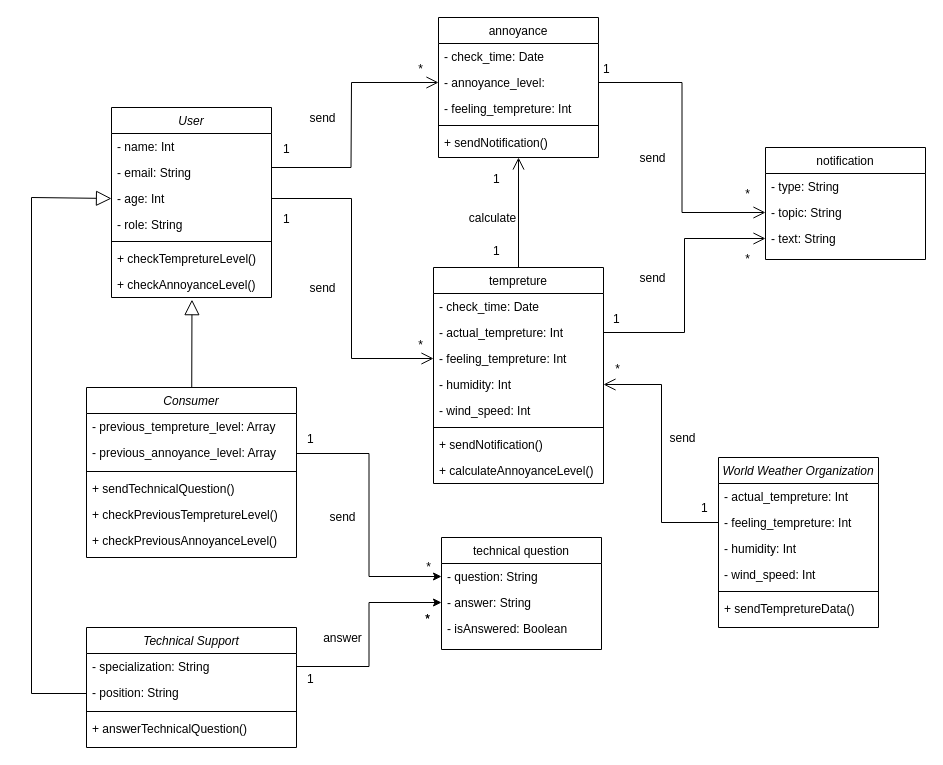
The draw.io diagram 2-SoftwareDesign/2.5-UMLProgramClasses/UMLProgramClasses.drawio in oleksandrblazhko/ai-215-korchakovskij, before the edit. Source tidied: cells renumbered, new cells numbered last; positions are measured from the earlier drawing's top-left corner, leaving out a move shared by most shapes. Both pictures are drawn from the tidied source at 100%, with x=0, y=0 at pixel (31, 17).
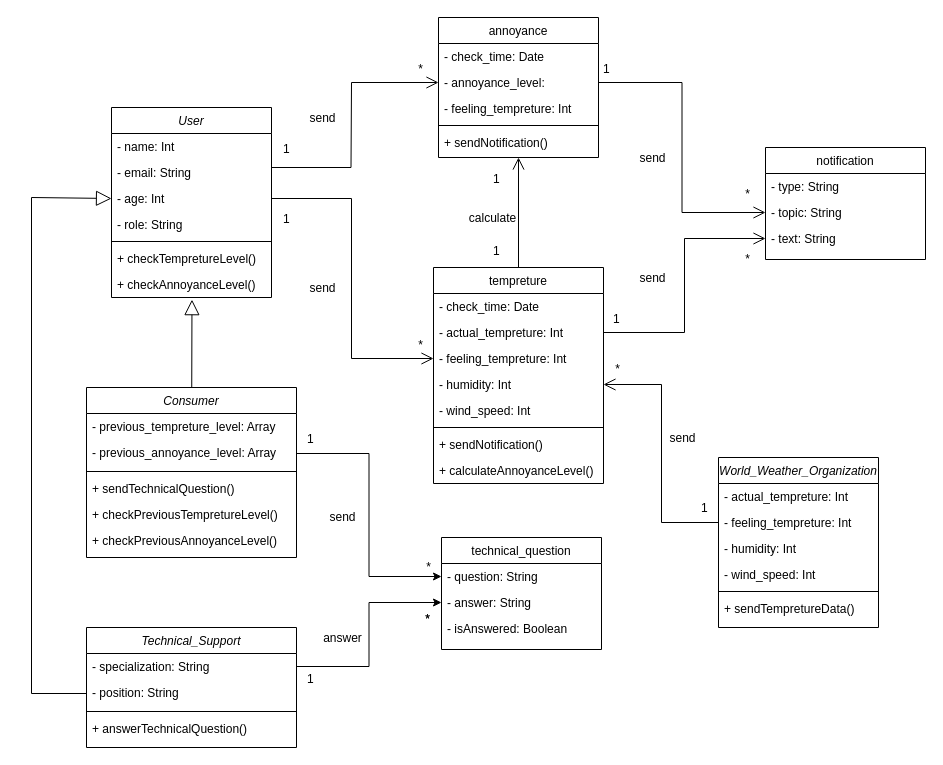
After the change.

Change to the diagram source:
```diff
@@
-    <mxCell id="28" value="Technical Support" style="swimlane;fontStyle=2;align=center;verticalAlign=top;horizontal=1;startSize=26;rounded=0;shadow=0;strokeWidth=1;" parent="1" vertex="1">
+    <mxCell id="28" value="Technical_Support" style="swimlane;fontStyle=2;align=center;verticalAlign=top;horizontal=1;startSize=26;rounded=0;shadow=0;strokeWidth=1;" parent="1" vertex="1">
       <mxGeometry x="55" y="610" width="210" height="120" as="geometry" />
     </mxCell>
@@
-    <mxCell id="33" value="technical question" style="swimlane;fontStyle=0;align=center;verticalAlign=top;horizontal=1;startSize=26;rounded=0;shadow=0;strokeWidth=1;" parent="1" vertex="1">
+    <mxCell id="33" value="technical_question" style="swimlane;fontStyle=0;align=center;verticalAlign=top;horizontal=1;startSize=26;rounded=0;shadow=0;strokeWidth=1;" parent="1" vertex="1">
       <mxGeometry x="410" y="520" width="160" height="112" as="geometry" />
     </mxCell>
@@
-    <mxCell id="46" value="World Weather Organization" style="swimlane;fontStyle=2;align=center;verticalAlign=top;horizontal=1;startSize=26;rounded=0;shadow=0;strokeWidth=1;" parent="1" vertex="1">
+    <mxCell id="46" value="World_Weather_Organization" style="swimlane;fontStyle=2;align=center;verticalAlign=top;horizontal=1;startSize=26;rounded=0;shadow=0;strokeWidth=1;" parent="1" vertex="1">
       <mxGeometry x="687" y="440" width="160" height="170" as="geometry" />
     </mxCell>
```
